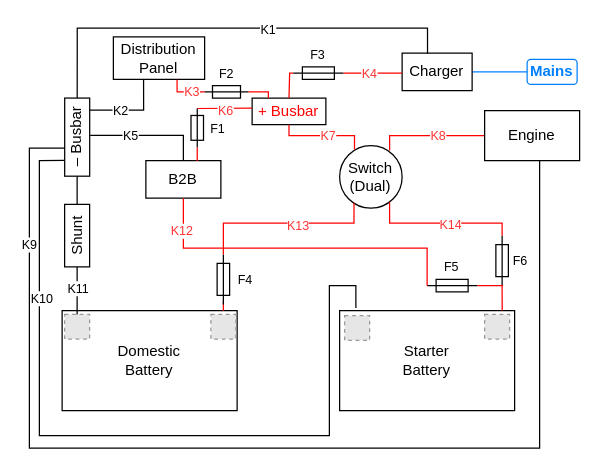
Earlier version of the draw.io diagram site/content/posts/wiring/wiring.drawio (karstenmueller/lucy.hamburg). Source tidied: cells renumbered, new cells numbered last; positions are measured from the earlier drawing's top-left corner, leaving out a move shared by most shapes. Both pictures are drawn from the tidied source at 125%, with x=0, y=0 at pixel (29, 36). Pictures stored in the file or linked from it are replaced by grey dashed boxes.
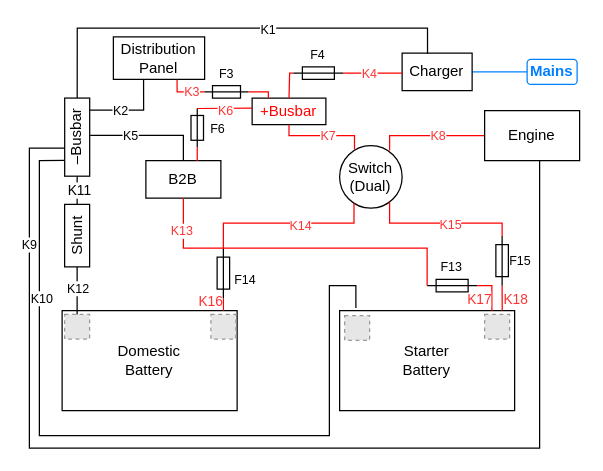
Above is the later version.

Unchanged cells that the change refers to:
```xml
<mxCell id="5" value="Starter&lt;div&gt;Battery&lt;/div&gt;" style="rounded=0;whiteSpace=wrap;html=1;" parent="1" vertex="1">
  <mxGeometry x="248.2" y="219" width="140" height="80" as="geometry" />
</mxCell>
<mxCell id="7" style="edgeStyle=orthogonalEdgeStyle;rounded=0;jettySize=auto;html=1;endArrow=none;startFill=0;" parent="1" edge="1" source="14" target="11">
  <mxGeometry relative="1" as="geometry" />
</mxCell>
<mxCell id="12" style="edgeStyle=orthogonalEdgeStyle;rounded=0;jettySize=auto;html=1;endArrow=none;startFill=0;" parent="1" edge="1" source="8" target="14">
  <mxGeometry relative="1" as="geometry" />
</mxCell>
<mxCell id="22" style="verticalLabelPosition=bottom;shadow=0;dashed=0;align=center;html=1;verticalAlign=top;shape=mxgraph.electrical.miscellaneous.fuse_2;" parent="1" vertex="1">
  <mxGeometry x="318.2" y="194" width="40" height="10" as="geometry" />
</mxCell>
<mxCell id="23" style="edgeStyle=orthogonalEdgeStyle;rounded=0;jettySize=auto;html=1;endArrow=none;startFill=0;exitX=0;exitY=0.5;exitDx=0;exitDy=0;exitPerimeter=0;entryX=0.929;entryY=0;entryDx=0;entryDy=0;entryPerimeter=0;strokeColor=#FF0000;" parent="1" edge="1" source="20" target="5">
  <mxGeometry relative="1" as="geometry" />
</mxCell>
<mxCell id="24" style="edgeStyle=orthogonalEdgeStyle;rounded=0;jettySize=auto;html=1;exitX=0;exitY=0.5;exitDx=0;exitDy=0;endArrow=none;startFill=0;entryX=0.5;entryY=1;entryDx=0;entryDy=0;exitPerimeter=0;strokeColor=#FF0000;jumpStyle=arc;jumpSize=6;" parent="1" edge="1" source="22" target="17">
  <mxGeometry relative="1" as="geometry">
    <Array as="points">
      <mxPoint x="318" y="169" />
      <mxPoint x="123" y="169" />
    </Array>
  </mxGeometry>
</mxCell>
<mxCell id="27" style="edgeStyle=orthogonalEdgeStyle;rounded=0;jettySize=auto;html=1;endArrow=none;startFill=0;entryX=1;entryY=0.5;entryDx=0;entryDy=0;entryPerimeter=0;strokeColor=#FF0000;exitX=0.23;exitY=0.916;exitDx=0;exitDy=0;exitPerimeter=0;" parent="1" edge="1" source="26" target="19">
  <mxGeometry relative="1" as="geometry">
    <Array as="points">
      <mxPoint x="260" y="149" />
      <mxPoint x="155" y="149" />
    </Array>
  </mxGeometry>
</mxCell>
<mxCell id="29" style="edgeStyle=orthogonalEdgeStyle;rounded=0;jettySize=auto;html=1;endArrow=none;startFill=0;entryX=1;entryY=0.5;entryDx=0;entryDy=0;entryPerimeter=0;exitX=0.799;exitY=0.904;exitDx=0;exitDy=0;strokeColor=#FF0000;exitPerimeter=0;" parent="1" edge="1" source="26" target="20">
  <mxGeometry relative="1" as="geometry">
    <Array as="points">
      <mxPoint x="288" y="149" />
      <mxPoint x="378" y="149" />
    </Array>
  </mxGeometry>
</mxCell>
```

What changed in the source:
```diff
@@
+    <mxCell id="65" value="K11" style="edgeLabel;html=1;align=center;verticalAlign=middle;" parent="7" vertex="1">
+      <mxGeometry x="0.84" y="1" relative="1" as="geometry">
+        <mxPoint x="2" y="9" as="offset" />
+      </mxGeometry>
+    </mxCell>
@@
-    <mxCell id="11" value="– Busbar" style="rounded=0;whiteSpace=wrap;html=1;rotation=-90;" parent="1" vertex="1">
+    <mxCell id="11" value="–Busbar" style="rounded=0;whiteSpace=wrap;html=1;rotation=-90;" parent="1" vertex="1">
       <mxGeometry x="7" y="70.2" width="62.5" height="20" as="geometry" />
     </mxCell>
@@
-    <mxCell id="13" value="K11" style="edgeLabel;html=1;align=center;verticalAlign=middle;fontFamily=Helvetica;fontSize=10;fontColor=default;labelBackgroundColor=default;fillColor=none;gradientColor=none;" parent="12" vertex="1">
+    <mxCell id="13" value="K12" style="edgeLabel;html=1;align=center;verticalAlign=middle;fontFamily=Helvetica;fontSize=10;fontColor=default;labelBackgroundColor=default;fillColor=none;gradientColor=none;" parent="12" vertex="1">
       <mxGeometry x="0.24" relative="1" as="geometry" />
     </mxCell>
@@
-    <mxCell id="18" style="edgeStyle=orthogonalEdgeStyle;rounded=0;orthogonalLoop=1;jettySize=auto;html=1;endArrow=none;startFill=0;strokeColor=#FF0000;" parent="1" edge="1">
+    <mxCell id="18" style="edgeStyle=orthogonalEdgeStyle;rounded=0;jettySize=auto;html=1;endArrow=none;startFill=0;strokeColor=#FF0000;exitX=0;exitY=0.5;exitDx=0;exitDy=0;exitPerimeter=0;" parent="1" edge="1" source="19">
       <mxGeometry relative="1" as="geometry">
-        <mxPoint x="155.2" y="211" as="sourcePoint" />
         <mxPoint x="155.2" y="219" as="targetPoint" />
       </mxGeometry>
     </mxCell>
+    <mxCell id="66" value="&lt;font style=&quot;color: rgb(255, 51, 51);&quot;&gt;K16&lt;/font&gt;" style="edgeLabel;html=1;align=center;verticalAlign=middle;" parent="18" vertex="1">
+      <mxGeometry x="0.11" relative="1" as="geometry">
+        <mxPoint x="-11" y="-4" as="offset" />
+      </mxGeometry>
+    </mxCell>
     <mxCell id="19" style="verticalLabelPosition=bottom;shadow=0;dashed=0;align=center;html=1;verticalAlign=top;shape=mxgraph.electrical.miscellaneous.fuse_2;rotation=-90;" parent="1" vertex="1">
-      <mxGeometry x="135.2" y="189" width="40" height="10" as="geometry" />
+      <mxGeometry x="135.2" y="184" width="40" height="10" as="geometry" />
     </mxCell>
@@
-    <mxCell id="21" style="edgeStyle=orthogonalEdgeStyle;rounded=0;jettySize=auto;html=1;endArrow=none;startFill=0;strokeColor=#FF0000;exitX=1;exitY=0.5;exitDx=0;exitDy=0;exitPerimeter=0;" parent="1" edge="1" source="22">
+    <mxCell id="21" style="edgeStyle=orthogonalEdgeStyle;rounded=0;jettySize=auto;html=1;endArrow=none;startFill=0;strokeColor=#FF0000;exitX=1;exitY=0.5;exitDx=0;exitDy=0;exitPerimeter=0;entryX=0.87;entryY=0;entryDx=0;entryDy=0;entryPerimeter=0;" parent="1" edge="1" source="22" target="5">
       <mxGeometry relative="1" as="geometry">
-        <mxPoint x="379" y="199" as="targetPoint" />
         <Array as="points">
-          <mxPoint x="379" y="199" />
+          <mxPoint x="370" y="199" />
         </Array>
       </mxGeometry>
     </mxCell>
+    <mxCell id="67" value="&lt;font style=&quot;color: rgb(255, 51, 51);&quot;&gt;K17&lt;/font&gt;" style="edgeLabel;html=1;align=center;verticalAlign=middle;" parent="21" vertex="1">
+      <mxGeometry x="0.41" relative="1" as="geometry">
+        <mxPoint x="-11" as="offset" />
+      </mxGeometry>
+    </mxCell>
@@
+    <mxCell id="68" value="&lt;font style=&quot;color: rgb(255, 51, 51);&quot;&gt;K18&lt;/font&gt;" style="edgeLabel;html=1;align=center;verticalAlign=middle;" parent="23" vertex="1">
+      <mxGeometry x="0.1" relative="1" as="geometry">
+        <mxPoint x="10" as="offset" />
+      </mxGeometry>
+    </mxCell>
@@
-    <mxCell id="25" value="K12" style="edgeLabel;html=1;align=center;verticalAlign=middle;fontFamily=Helvetica;fontSize=10;fontColor=#FF3333;labelBackgroundColor=default;fillColor=none;gradientColor=none;" parent="24" vertex="1">
+    <mxCell id="25" value="K13" style="edgeLabel;html=1;align=center;verticalAlign=middle;fontFamily=Helvetica;fontSize=10;fontColor=#FF3333;labelBackgroundColor=default;fillColor=none;gradientColor=none;" parent="24" vertex="1">
       <mxGeometry x="0.81" y="2" relative="1" as="geometry" />
     </mxCell>
@@
-    <mxCell id="28" value="K13" style="edgeLabel;html=1;align=center;verticalAlign=middle;fontFamily=Helvetica;fontSize=10;fontColor=#FF3333;labelBackgroundColor=default;fillColor=none;gradientColor=none;" parent="27" vertex="1">
+    <mxCell id="28" value="K14" style="edgeLabel;html=1;align=center;verticalAlign=middle;fontFamily=Helvetica;fontSize=10;fontColor=#FF3333;labelBackgroundColor=default;fillColor=none;gradientColor=none;" parent="27" vertex="1">
       <mxGeometry x="-0.16" y="1" relative="1" as="geometry" />
     </mxCell>
@@
-    <mxCell id="30" value="K14" style="edgeLabel;html=1;align=center;verticalAlign=middle;fontFamily=Helvetica;fontSize=10;fontColor=#FF3333;labelBackgroundColor=default;fillColor=none;gradientColor=none;" parent="29" vertex="1">
+    <mxCell id="30" value="K15" style="edgeLabel;html=1;align=center;verticalAlign=middle;fontFamily=Helvetica;fontSize=10;fontColor=#FF3333;labelBackgroundColor=default;fillColor=none;gradientColor=none;" parent="29" vertex="1">
       <mxGeometry x="0.11" relative="1" as="geometry" />
     </mxCell>
@@
-    <mxCell id="36" value="&lt;font style=&quot;color: rgb(255, 0, 0);&quot;&gt;+ Busbar&lt;/font&gt;" style="rounded=0;whiteSpace=wrap;html=1;" parent="1" vertex="1">
+    <mxCell id="36" value="&lt;font style=&quot;color: rgb(255, 0, 0);&quot;&gt;+Busbar&lt;/font&gt;" style="rounded=0;whiteSpace=wrap;html=1;" parent="1" vertex="1">
       <mxGeometry x="178.2" y="49" width="59" height="21.2" as="geometry" />
     </mxCell>
@@
-    <mxCell id="59" value="F1" style="text;strokeColor=none;align=center;fillColor=none;html=1;verticalAlign=middle;whiteSpace=wrap;rounded=0;fontSize=10;" parent="1" vertex="1">
+    <mxCell id="59" value="F6" style="text;strokeColor=none;align=center;fillColor=none;html=1;verticalAlign=middle;whiteSpace=wrap;rounded=0;fontSize=10;" parent="1" vertex="1">
       <mxGeometry x="136.2" y="62.8" width="30" height="20" as="geometry" />
     </mxCell>
-    <mxCell id="60" value="F2" style="text;strokeColor=none;align=center;fillColor=none;html=1;verticalAlign=middle;whiteSpace=wrap;rounded=0;fontSize=10;" parent="1" vertex="1">
+    <mxCell id="60" value="F3" style="text;strokeColor=none;align=center;fillColor=none;html=1;verticalAlign=middle;whiteSpace=wrap;rounded=0;fontSize=10;" parent="1" vertex="1">
       <mxGeometry x="142.8" y="19" width="30" height="20" as="geometry" />
     </mxCell>
-    <mxCell id="61" value="F3" style="text;strokeColor=none;align=center;fillColor=none;html=1;verticalAlign=middle;whiteSpace=wrap;rounded=0;fontSize=10;" parent="1" vertex="1">
+    <mxCell id="61" value="F4" style="text;strokeColor=none;align=center;fillColor=none;html=1;verticalAlign=middle;whiteSpace=wrap;rounded=0;fontSize=10;" parent="1" vertex="1">
       <mxGeometry x="216.2" y="4" width="30" height="20" as="geometry" />
     </mxCell>
-    <mxCell id="62" value="F4" style="text;strokeColor=none;align=center;fillColor=none;html=1;verticalAlign=middle;whiteSpace=wrap;rounded=0;fontSize=10;" parent="1" vertex="1">
+    <mxCell id="62" value="F14" style="text;strokeColor=none;align=center;fillColor=none;html=1;verticalAlign=middle;whiteSpace=wrap;rounded=0;fontSize=10;" parent="1" vertex="1">
       <mxGeometry x="158.2" y="184" width="30" height="20" as="geometry" />
     </mxCell>
-    <mxCell id="63" value="F5" style="text;strokeColor=none;align=center;fillColor=none;html=1;verticalAlign=middle;whiteSpace=wrap;rounded=0;fontSize=10;" parent="1" vertex="1">
+    <mxCell id="63" value="F13" style="text;strokeColor=none;align=center;fillColor=none;html=1;verticalAlign=middle;whiteSpace=wrap;rounded=0;fontSize=10;" parent="1" vertex="1">
       <mxGeometry x="323.2" y="174" width="30" height="20" as="geometry" />
     </mxCell>
-    <mxCell id="64" value="F6" style="text;strokeColor=none;align=center;fillColor=none;html=1;verticalAlign=middle;whiteSpace=wrap;rounded=0;fontSize=10;" parent="1" vertex="1">
+    <mxCell id="64" value="F15" style="text;strokeColor=none;align=center;fillColor=none;html=1;verticalAlign=middle;whiteSpace=wrap;rounded=0;fontSize=10;" parent="1" vertex="1">
       <mxGeometry x="378.2" y="169" width="30" height="20" as="geometry" />
     </mxCell>
```
